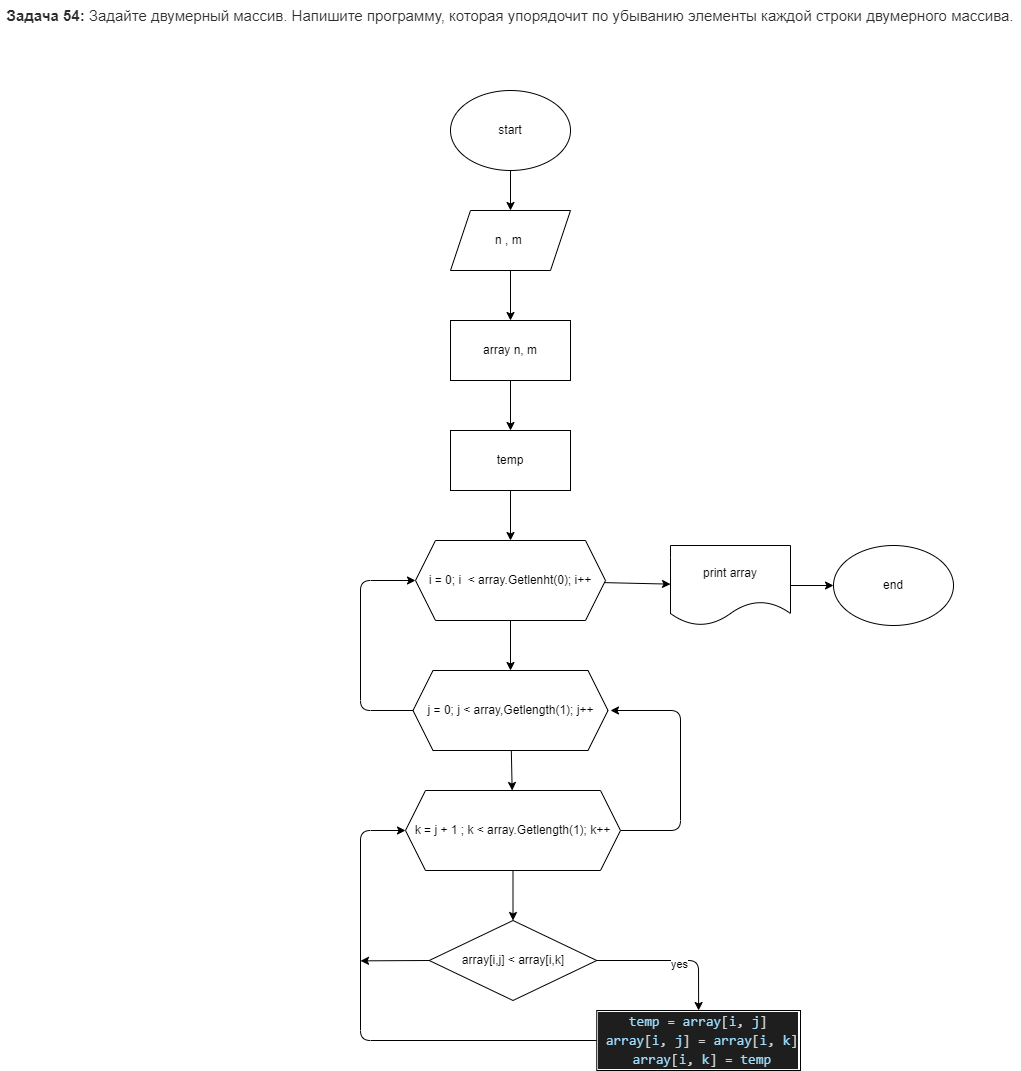
Above: Homework8/Task54/diagram.drawio.png in Matsulevich-Olga/gb_homeworks_matsulevich (draw.io), before the change. Source tidied: cells renumbered, new cells last; positions are measured from the earlier drawing's top-left corner, leaving out a move shared by most shapes.
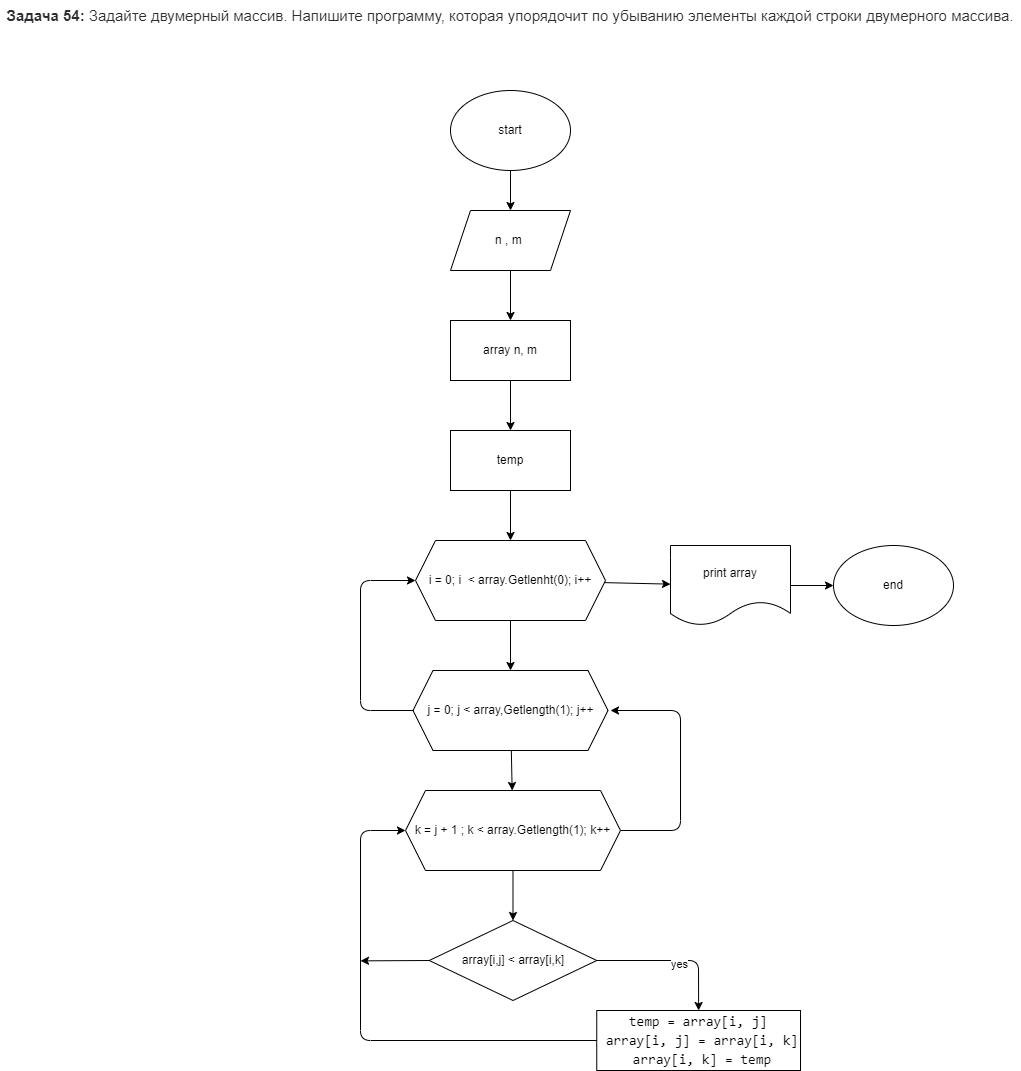
Above is the later version.

Change to the diagram source:
```diff
@@ -93,7 +93,7 @@
         </Array>
       </mxGeometry>
     </mxCell>
-    <mxCell id="25" value="&lt;div style=&quot;color: rgb(212 , 212 , 212) ; background-color: rgb(30 , 30 , 30) ; font-family: &amp;#34;consolas&amp;#34; , &amp;#34;courier new&amp;#34; , monospace ; font-size: 14px ; line-height: 19px&quot;&gt;&lt;div&gt;&lt;span style=&quot;color: #9cdcfe&quot;&gt;temp&lt;/span&gt; = &lt;span style=&quot;color: #9cdcfe&quot;&gt;array&lt;/span&gt;[&lt;span style=&quot;color: #9cdcfe&quot;&gt;i&lt;/span&gt;, &lt;span style=&quot;color: #9cdcfe&quot;&gt;j&lt;/span&gt;]&lt;/div&gt;&lt;div&gt;&amp;nbsp;&lt;span style=&quot;color: #9cdcfe&quot;&gt;array&lt;/span&gt;[&lt;span style=&quot;color: #9cdcfe&quot;&gt;i&lt;/span&gt;, &lt;span style=&quot;color: #9cdcfe&quot;&gt;j&lt;/span&gt;] = &lt;span style=&quot;color: #9cdcfe&quot;&gt;array&lt;/span&gt;[&lt;span style=&quot;color: #9cdcfe&quot;&gt;i&lt;/span&gt;, &lt;span style=&quot;color: #9cdcfe&quot;&gt;k&lt;/span&gt;]&lt;/div&gt;&lt;div&gt;&amp;nbsp;&lt;span style=&quot;color: #9cdcfe&quot;&gt;array&lt;/span&gt;[&lt;span style=&quot;color: #9cdcfe&quot;&gt;i&lt;/span&gt;, &lt;span style=&quot;color: #9cdcfe&quot;&gt;k&lt;/span&gt;] = &lt;span style=&quot;color: #9cdcfe&quot;&gt;temp&lt;/span&gt;&lt;/div&gt;&lt;/div&gt;" style="rounded=0;whiteSpace=wrap;html=1;" parent="1" vertex="1">
+    <mxCell id="25" value="&lt;div style=&quot;font-family: consolas, &amp;quot;courier new&amp;quot;, monospace; font-size: 14px; line-height: 19px;&quot;&gt;&lt;div&gt;&lt;span style=&quot;&quot;&gt;temp&lt;/span&gt; = &lt;span style=&quot;&quot;&gt;array&lt;/span&gt;[&lt;span style=&quot;&quot;&gt;i&lt;/span&gt;, &lt;span style=&quot;&quot;&gt;j&lt;/span&gt;]&lt;/div&gt;&lt;div&gt;&amp;nbsp;&lt;span style=&quot;&quot;&gt;array&lt;/span&gt;[&lt;span style=&quot;&quot;&gt;i&lt;/span&gt;, &lt;span style=&quot;&quot;&gt;j&lt;/span&gt;] = &lt;span style=&quot;&quot;&gt;array&lt;/span&gt;[&lt;span style=&quot;&quot;&gt;i&lt;/span&gt;, &lt;span style=&quot;&quot;&gt;k&lt;/span&gt;]&lt;/div&gt;&lt;div&gt;&amp;nbsp;&lt;span style=&quot;&quot;&gt;array&lt;/span&gt;[&lt;span style=&quot;&quot;&gt;i&lt;/span&gt;, &lt;span style=&quot;&quot;&gt;k&lt;/span&gt;] = &lt;span style=&quot;&quot;&gt;temp&lt;/span&gt;&lt;/div&gt;&lt;/div&gt;" style="rounded=0;whiteSpace=wrap;html=1;fillColor=none;fontColor=#000000;labelBackgroundColor=none;" parent="1" vertex="1">
       <mxGeometry x="596.2" y="1010" width="203.8" height="60" as="geometry" />
     </mxCell>
     <mxCell id="26" style="edgeStyle=none;html=1;" parent="1" edge="1" source="27" target="28">
```
